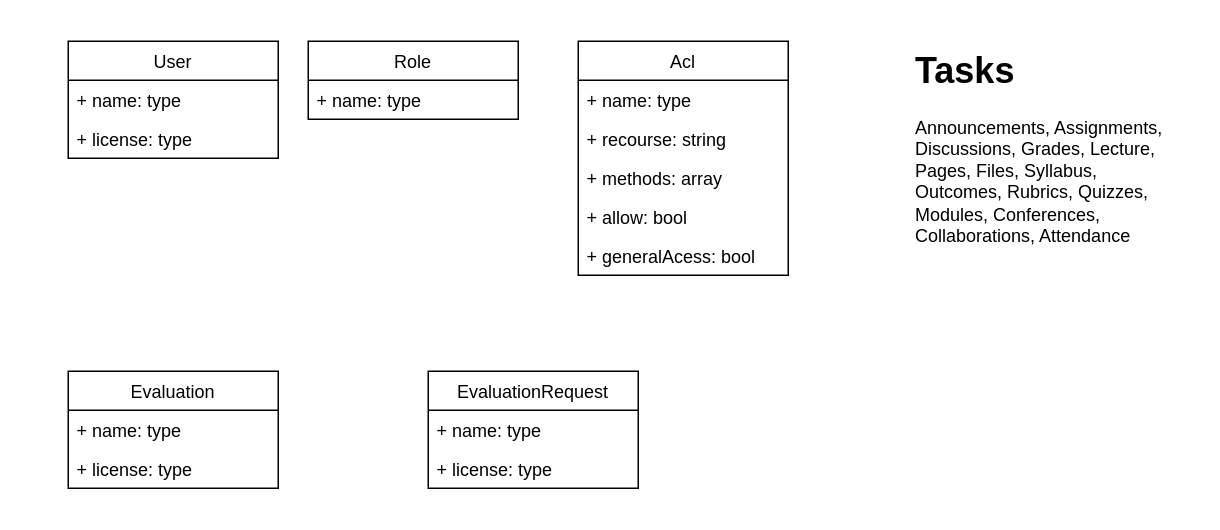
Above: page "Modelo dados" (1 of 4) of data/diagram.drawio in Everest4-0/Everest4.0-server (draw.io), before the change. Source tidied: cells renumbered, new cells numbered last; positions are measured from the earlier drawing's top-left corner, leaving out a move shared by most shapes. Both pictures are drawn from the tidied source at 150%, with x=0, y=0 at pixel (68, 40).
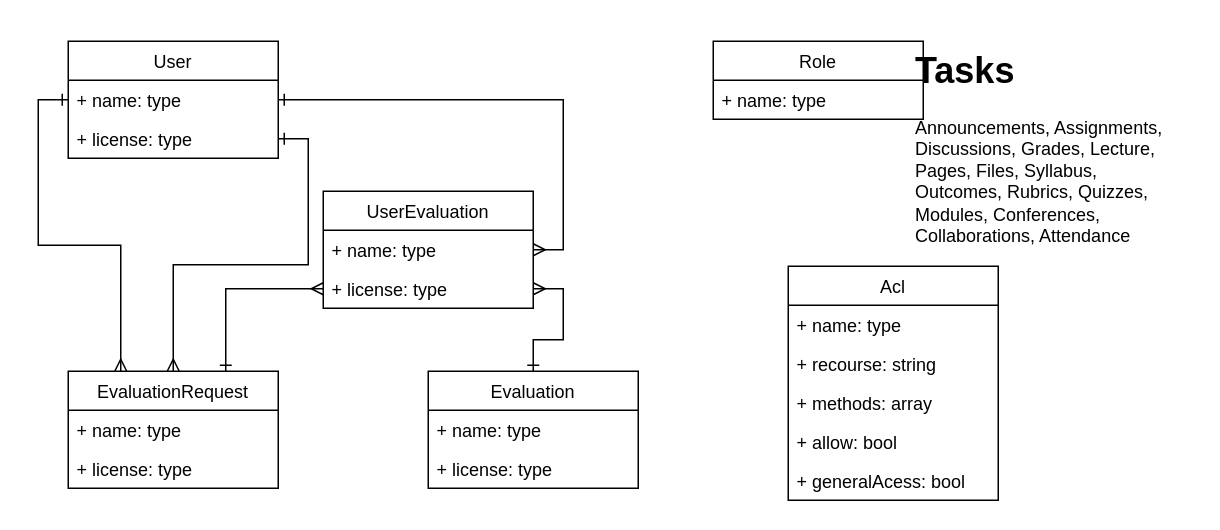
After the change.

The change refers to these unchanged cells:
```xml
<mxCell id="3" value="+ name: type" style="text;strokeColor=none;fillColor=none;align=left;verticalAlign=top;spacingLeft=4;spacingRight=4;overflow=hidden;points=[[0,0.5],[1,0.5]];portConstraint=eastwest;" parent="2" vertex="1">
  <mxGeometry y="26" width="140" height="26" as="geometry" />
</mxCell>
<mxCell id="4" value="+ license: type" style="text;strokeColor=none;fillColor=none;align=left;verticalAlign=top;spacingLeft=4;spacingRight=4;overflow=hidden;points=[[0,0.5],[1,0.5]];portConstraint=eastwest;" parent="2" vertex="1">
  <mxGeometry y="52" width="140" height="26" as="geometry" />
</mxCell>
```

What changed in the source:
```diff
@@
     <mxCell id="6" value="Acl" style="swimlane;fontStyle=0;horizontal=1;startSize=26;fillColor=none;" parent="1" vertex="1">
-      <mxGeometry x="340" width="140" height="156" as="geometry" />
+      <mxGeometry x="480" y="150" width="140" height="156" as="geometry" />
     </mxCell>
@@
     <mxCell id="12" value="Role" style="swimlane;fontStyle=0;horizontal=1;startSize=26;fillColor=none;" parent="1" vertex="1">
-      <mxGeometry x="160" width="140" height="52" as="geometry" />
+      <mxGeometry x="430" width="140" height="52" as="geometry" />
     </mxCell>
@@
+    <mxCell id="20" style="edgeStyle=orthogonalEdgeStyle;rounded=0;jettySize=auto;html=1;entryX=1;entryY=0.5;entryDx=0;entryDy=0;startArrow=ERone;startFill=0;endArrow=ERmany;endFill=0;" parent="1" edge="1" source="14" target="26">
+      <mxGeometry relative="1" as="geometry" />
+    </mxCell>
     <mxCell id="14" value="Evaluation" style="swimlane;fontStyle=0;horizontal=1;startSize=26;fillColor=none;" parent="1" vertex="1">
-      <mxGeometry y="220" width="140" height="78" as="geometry" />
+      <mxGeometry x="240" y="220" width="140" height="78" as="geometry" />
     </mxCell>
@@
+    <mxCell id="21" style="edgeStyle=orthogonalEdgeStyle;rounded=0;jettySize=auto;html=1;entryX=1;entryY=0.5;entryDx=0;entryDy=0;endArrow=ERone;endFill=0;startArrow=ERmany;startFill=0;" parent="1" edge="1" source="17" target="4">
+      <mxGeometry relative="1" as="geometry" />
+    </mxCell>
+    <mxCell id="22" style="edgeStyle=orthogonalEdgeStyle;rounded=0;jettySize=auto;html=1;exitX=0.25;exitY=0;exitDx=0;exitDy=0;entryX=0;entryY=0.5;entryDx=0;entryDy=0;endArrow=ERone;endFill=0;startArrow=ERmany;startFill=0;" parent="1" edge="1" source="17" target="3">
+      <mxGeometry relative="1" as="geometry" />
+    </mxCell>
+    <mxCell id="23" style="edgeStyle=orthogonalEdgeStyle;rounded=0;jettySize=auto;html=1;exitX=0.75;exitY=0;exitDx=0;exitDy=0;entryX=0;entryY=0.5;entryDx=0;entryDy=0;endArrow=ERmany;endFill=0;startArrow=ERone;startFill=0;" parent="1" edge="1" source="17" target="26">
+      <mxGeometry relative="1" as="geometry" />
+    </mxCell>
     <mxCell id="17" value="EvaluationRequest" style="swimlane;fontStyle=0;horizontal=1;startSize=26;fillColor=none;" parent="1" vertex="1">
-      <mxGeometry x="240" y="220" width="140" height="78" as="geometry" />
+      <mxGeometry y="220" width="140" height="78" as="geometry" />
     </mxCell>
@@
+    <mxCell id="24" value="UserEvaluation" style="swimlane;fontStyle=0;horizontal=1;startSize=26;fillColor=none;" parent="1" vertex="1">
+      <mxGeometry x="170" y="100" width="140" height="78" as="geometry" />
+    </mxCell>
+    <mxCell id="25" value="+ name: type" style="text;strokeColor=none;fillColor=none;align=left;verticalAlign=top;spacingLeft=4;spacingRight=4;overflow=hidden;points=[[0,0.5],[1,0.5]];portConstraint=eastwest;" parent="24" vertex="1">
+      <mxGeometry y="26" width="140" height="26" as="geometry" />
+    </mxCell>
+    <mxCell id="26" value="+ license: type" style="text;strokeColor=none;fillColor=none;align=left;verticalAlign=top;spacingLeft=4;spacingRight=4;overflow=hidden;points=[[0,0.5],[1,0.5]];portConstraint=eastwest;" parent="24" vertex="1">
+      <mxGeometry y="52" width="140" height="26" as="geometry" />
+    </mxCell>
+    <mxCell id="27" style="edgeStyle=orthogonalEdgeStyle;rounded=0;jettySize=auto;html=1;exitX=1;exitY=0.5;exitDx=0;exitDy=0;entryX=1;entryY=0.5;entryDx=0;entryDy=0;startArrow=ERone;startFill=0;endArrow=ERmany;endFill=0;" parent="1" edge="1" source="3" target="25">
+      <mxGeometry relative="1" as="geometry" />
+    </mxCell>
```
